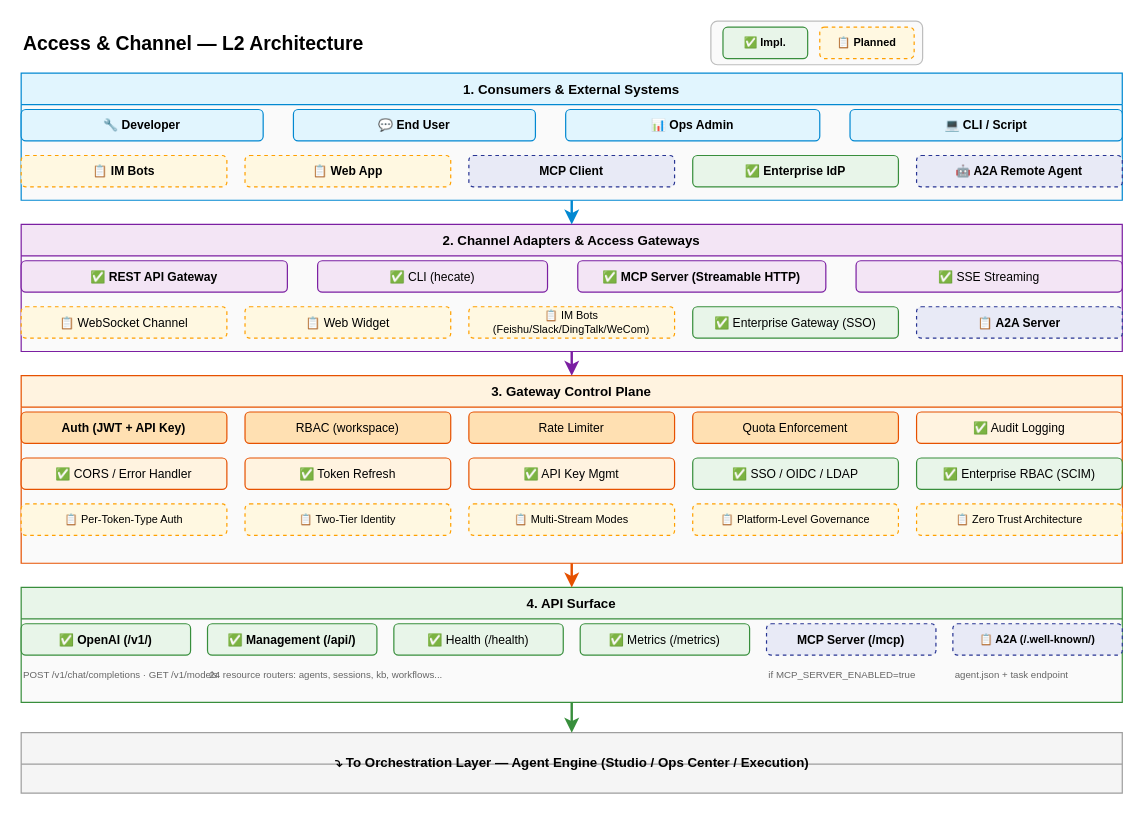
The draw.io diagram docs/design/hardware/access-channel-l2.drawio in xueyufish/hecate, before the edit. Source tidied: cells renumbered, new cells numbered last; positions are measured from the earlier drawing's top-left corner, leaving out a move shared by most shapes. Both pictures are drawn from the tidied source at 121%, with x=0, y=0 at pixel (21, 21).
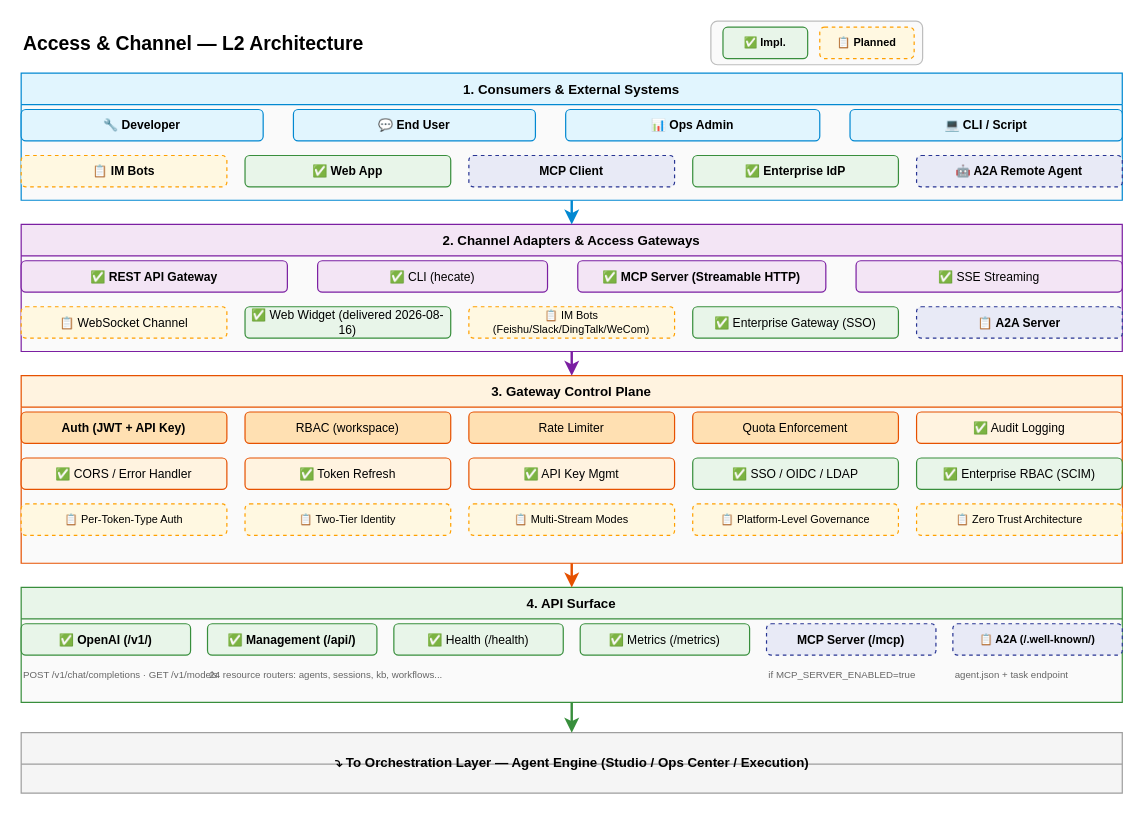
The same page after the edit.

The change refers to these unchanged cells:
```xml
<mxCell id="6" value="1. Consumers &amp; External Systems" style="swimlane;startSize=26;fillColor=#E1F5FE;strokeColor=#0288D1;fontSize=11;fontStyle=1;swimlaneFillColor=#FAFAFA;" parent="1" vertex="1">
  <mxGeometry y="43" width="910" height="105" as="geometry" />
</mxCell>
<mxCell id="16" value="2. Channel Adapters &amp; Access Gateways" style="swimlane;startSize=26;fillColor=#F3E5F5;strokeColor=#7B1FA2;fontSize=11;fontStyle=1;swimlaneFillColor=#FAFAFA;" parent="1" vertex="1">
  <mxGeometry y="168" width="910" height="105" as="geometry" />
</mxCell>
```

The edit, as a diff of the source:
```diff
@@
-    <mxCell id="12" value="📋 Web App" style="rounded=1;whiteSpace=wrap;html=1;fillColor=#FFF8E1;strokeColor=#FFA000;fontSize=10;fontStyle=1;dashed=1;" parent="6" vertex="1">
+    <mxCell id="12" value="✅ Web App" style="rounded=1;whiteSpace=wrap;html=1;fillColor=#E8F5E9;strokeColor=#388E3C;fontSize=10;fontStyle=1;" parent="6" vertex="1">
       <mxGeometry x="185" y="68" width="170" height="26" as="geometry" />
     </mxCell>
@@
-    <mxCell id="22" value="📋 Web Widget" style="rounded=1;whiteSpace=wrap;html=1;fillColor=#FFF8E1;strokeColor=#FFA000;fontSize=10;dashed=1;" parent="16" vertex="1">
+    <mxCell id="22" value="✅ Web Widget (delivered 2026-08-16)" style="rounded=1;whiteSpace=wrap;html=1;fillColor=#E8F5E9;strokeColor=#388E3C;fontSize=10;" parent="16" vertex="1">
       <mxGeometry x="185" y="68" width="170" height="26" as="geometry" />
     </mxCell>
```
